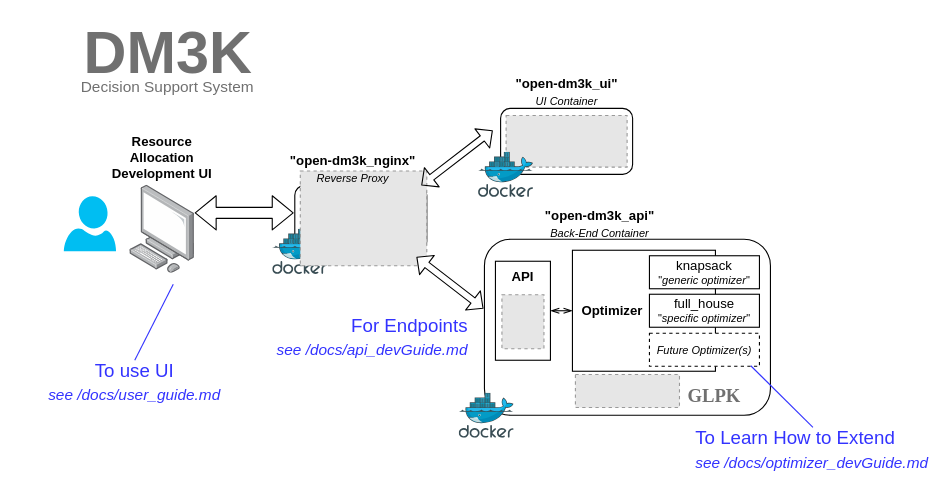
Earlier version of the draw.io diagram docs/pictures/DM3K_Block_Diagram.drawio (efuller-gov/dm3k). Source tidied: cells renumbered, new cells numbered last; positions are measured from the earlier drawing's top-left corner, leaving out a move shared by most shapes. Both pictures are drawn from the tidied source at 110%, with x=0, y=0 at pixel (19, 31). Pictures stored in the file or linked from it are replaced by grey dashed boxes.
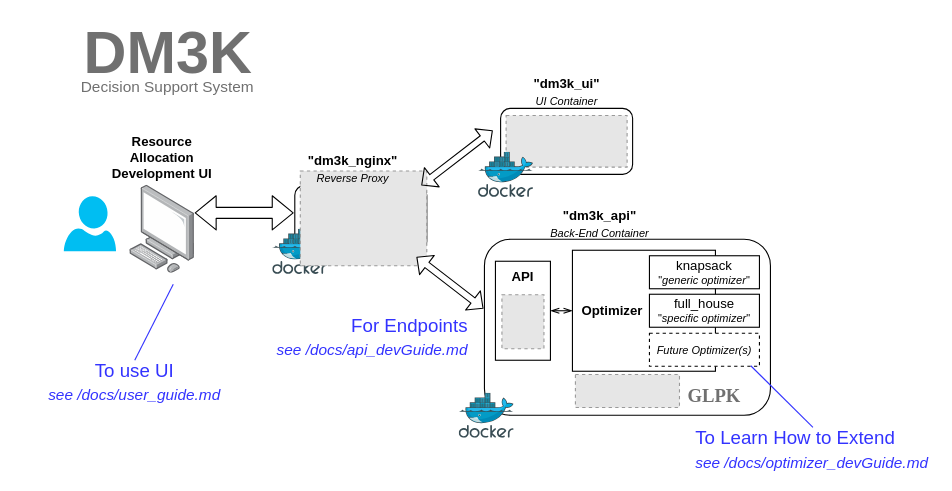
The same page after the edit.

Unchanged cells that the change refers to:
```xml
<mxCell id="5" style="group;" parent="1" vertex="1">
  <mxGeometry x="230.5" y="110" width="140" height="111" as="geometry" />
</mxCell>
<mxCell id="11" style="group;" parent="1" vertex="1">
  <mxGeometry x="417.6" y="40" width="182.9" height="130" as="geometry" />
</mxCell>
```

The edit, as a diff of the source:
```diff
@@
-    <mxCell id="9" value="&quot;open-dm3k_nginx&quot;&lt;br&gt;&lt;div&gt;&lt;font size=&quot;1&quot;&gt;&lt;i&gt;&lt;span style=&quot;font-weight: normal&quot;&gt;Reverse Proxy&lt;/span&gt;&lt;/i&gt;&lt;/font&gt;&lt;/div&gt;" style="text;html=1;strokeColor=none;fillColor=none;align=center;verticalAlign=middle;whiteSpace=wrap;rounded=0;fontStyle=1;" parent="5" vertex="1">
+    <mxCell id="9" value="&quot;dm3k_nginx&quot;&lt;br&gt;&lt;div&gt;&lt;font size=&quot;1&quot;&gt;&lt;i&gt;&lt;span style=&quot;font-weight: normal&quot;&gt;Reverse Proxy&lt;/span&gt;&lt;/i&gt;&lt;/font&gt;&lt;/div&gt;" style="text;html=1;strokeColor=none;fillColor=none;align=center;verticalAlign=middle;whiteSpace=wrap;rounded=0;fontStyle=1;" parent="5" vertex="1">
       <mxGeometry x="10" width="125" height="30" as="geometry" />
     </mxCell>
@@
-    <mxCell id="13" value="&lt;div&gt;&quot;open-dm3k_ui&quot;&lt;/div&gt;&lt;div&gt;&lt;font size=&quot;1&quot;&gt;&lt;span style=&quot;font-weight: normal&quot;&gt;&lt;i&gt;UI Container&lt;/i&gt;&lt;/span&gt;&lt;/font&gt;&lt;br&gt;&lt;/div&gt;" style="text;html=1;strokeColor=none;fillColor=none;align=center;verticalAlign=middle;whiteSpace=wrap;rounded=0;fontStyle=1;" parent="11" vertex="1">
+    <mxCell id="13" value="&lt;div&gt;&quot;dm3k_ui&quot;&lt;/div&gt;&lt;div&gt;&lt;font size=&quot;1&quot;&gt;&lt;span style=&quot;font-weight: normal&quot;&gt;&lt;i&gt;UI Container&lt;/i&gt;&lt;/span&gt;&lt;/font&gt;&lt;br&gt;&lt;/div&gt;" style="text;html=1;strokeColor=none;fillColor=none;align=center;verticalAlign=middle;whiteSpace=wrap;rounded=0;fontStyle=1;" parent="11" vertex="1">
       <mxGeometry x="25" width="110" height="30" as="geometry" />
     </mxCell>
@@
-    <mxCell id="17" value="&lt;div&gt;&quot;open-dm3k_api&quot;&lt;/div&gt;&lt;div&gt;&lt;font size=&quot;1&quot;&gt;&lt;span style=&quot;font-weight: normal&quot;&gt;&lt;i&gt;Back-End Container&lt;/i&gt;&lt;/span&gt;&lt;/font&gt;&lt;br&gt;&lt;/div&gt;" style="text;html=1;strokeColor=none;fillColor=none;align=center;verticalAlign=middle;whiteSpace=wrap;rounded=0;fontStyle=1;" parent="11" vertex="1">
+    <mxCell id="17" value="&lt;div&gt;&quot;dm3k_api&quot;&lt;/div&gt;&lt;div&gt;&lt;font size=&quot;1&quot;&gt;&lt;span style=&quot;font-weight: normal&quot;&gt;&lt;i&gt;Back-End Container&lt;/i&gt;&lt;/span&gt;&lt;/font&gt;&lt;br&gt;&lt;/div&gt;" style="text;html=1;strokeColor=none;fillColor=none;align=center;verticalAlign=middle;whiteSpace=wrap;rounded=0;fontStyle=1;" parent="11" vertex="1">
       <mxGeometry x="55.4" y="120" width="110" height="30" as="geometry" />
     </mxCell>
```
